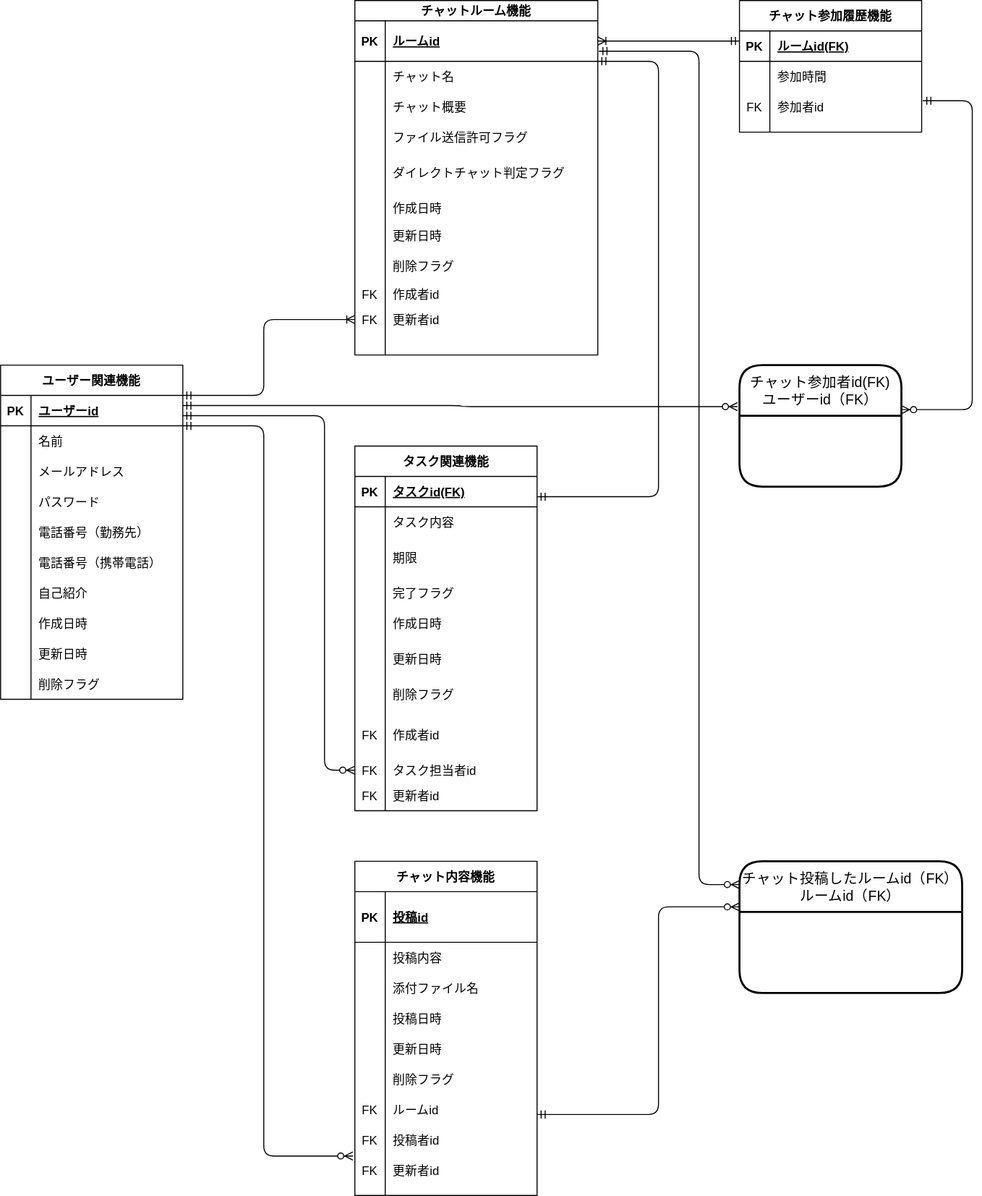
Above: db/db-challenge1/ERDiagram.drawio.svg in giyana/codegym-db (draw.io), before the change. Source tidied: cells renumbered, new cells last; positions are measured from the earlier drawing's top-left corner, leaving out a move shared by most shapes.
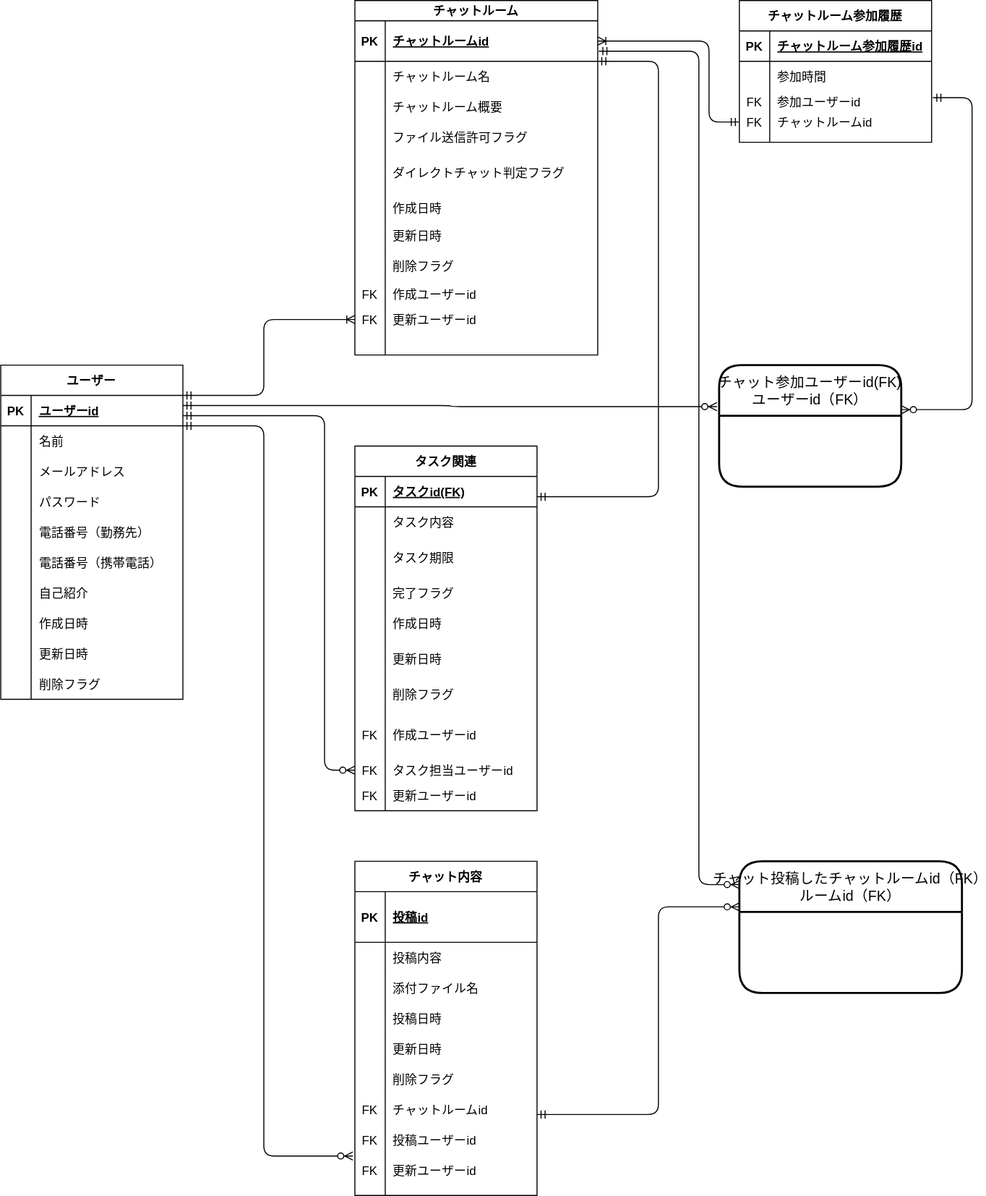
After the commit.

Commit message:
[fix]表記ゆれ修正

Change to the diagram source:
```diff
@@ -2,7 +2,7 @@
   <root>
     <mxCell id="0" />
     <mxCell id="1" parent="0" />
-    <mxCell id="2" value="ユーザー関連機能" style="shape=table;startSize=30;rowLines=0;fontStyle=1;align=center;rounded=0;sketch=0;" parent="1" vertex="1">
+    <mxCell id="2" value="ユーザー" style="shape=table;startSize=30;rowLines=0;fontStyle=1;align=center;rounded=0;sketch=0;" parent="1" vertex="1">
       <mxGeometry y="360" width="180" height="330" as="geometry" />
     </mxCell>
     <mxCell id="3" style="shape=partialRectangle;fillColor=none;top=0;left=0;bottom=1;right=0;" parent="2" vertex="1">
@@ -95,7 +95,7 @@
     <mxCell id="32" value="削除フラグ" style="shape=partialRectangle;fillColor=none;top=0;left=0;bottom=0;right=0;align=left;spacingLeft=6;overflow=hidden;" parent="30" vertex="1">
       <mxGeometry x="30" width="150" height="30" as="geometry" />
     </mxCell>
-    <mxCell id="33" value="チャット内容機能" style="shape=table;startSize=30;rowLines=0;fontStyle=1;align=center;rounded=0;sketch=0;" parent="1" vertex="1">
+    <mxCell id="33" value="チャット内容" style="shape=table;startSize=30;rowLines=0;fontStyle=1;align=center;rounded=0;sketch=0;" parent="1" vertex="1">
       <mxGeometry x="350" y="850" width="180" height="330" as="geometry" />
     </mxCell>
     <mxCell id="34" style="shape=partialRectangle;fillColor=none;top=0;left=0;bottom=1;right=0;" parent="33" vertex="1">
@@ -158,7 +158,7 @@
     <mxCell id="53" value="FK" style="shape=partialRectangle;fillColor=none;top=0;left=0;bottom=0;right=0;fontStyle=0;overflow=hidden;" parent="52" vertex="1">
       <mxGeometry width="30" height="30" as="geometry" />
     </mxCell>
-    <mxCell id="54" value="ルームid" style="shape=partialRectangle;fillColor=none;top=0;left=0;bottom=0;right=0;align=left;spacingLeft=6;fontStyle=0;overflow=hidden;" parent="52" vertex="1">
+    <mxCell id="54" value="チャットルームid" style="shape=partialRectangle;fillColor=none;top=0;left=0;bottom=0;right=0;align=left;spacingLeft=6;fontStyle=0;overflow=hidden;" parent="52" vertex="1">
       <mxGeometry x="30" width="150" height="30" as="geometry" />
     </mxCell>
     <mxCell id="55" style="shape=partialRectangle;fillColor=none;top=0;left=0;bottom=0;right=0;points=[[0,0.5],[1,0.5]];portConstraint=eastwest;" parent="33" vertex="1">
@@ -167,7 +167,7 @@
     <mxCell id="56" value="FK" style="shape=partialRectangle;fillColor=none;top=0;left=0;bottom=0;right=0;overflow=hidden;" parent="55" vertex="1">
       <mxGeometry width="30" height="30" as="geometry" />
     </mxCell>
-    <mxCell id="57" value="投稿者id" style="shape=partialRectangle;fillColor=none;top=0;left=0;bottom=0;right=0;align=left;spacingLeft=6;overflow=hidden;" parent="55" vertex="1">
+    <mxCell id="57" value="投稿ユーザーid" style="shape=partialRectangle;fillColor=none;top=0;left=0;bottom=0;right=0;align=left;spacingLeft=6;overflow=hidden;" parent="55" vertex="1">
       <mxGeometry x="30" width="150" height="30" as="geometry" />
     </mxCell>
     <mxCell id="58" style="shape=partialRectangle;fillColor=none;top=0;left=0;bottom=0;right=0;rounded=0;sketch=0;" parent="33" vertex="1">
@@ -176,10 +176,10 @@
     <mxCell id="59" value="FK" style="shape=partialRectangle;fillColor=none;top=0;left=0;bottom=0;right=0;overflow=hidden;" parent="58" vertex="1">
       <mxGeometry width="30" height="30" as="geometry" />
     </mxCell>
-    <mxCell id="60" value="更新者id" style="shape=partialRectangle;fillColor=none;top=0;left=0;bottom=0;right=0;align=left;spacingLeft=6;overflow=hidden;" parent="58" vertex="1">
+    <mxCell id="60" value="更新ユーザーid" style="shape=partialRectangle;fillColor=none;top=0;left=0;bottom=0;right=0;align=left;spacingLeft=6;overflow=hidden;" parent="58" vertex="1">
       <mxGeometry x="30" width="150" height="30" as="geometry" />
     </mxCell>
-    <mxCell id="61" value="タスク関連機能" style="shape=table;startSize=30;rowLines=0;fontStyle=1;align=center;rounded=0;sketch=0;" parent="1" vertex="1">
+    <mxCell id="61" value="タスク関連" style="shape=table;startSize=30;rowLines=0;fontStyle=1;align=center;rounded=0;sketch=0;" parent="1" vertex="1">
       <mxGeometry x="350" y="440" width="180" height="360" as="geometry" />
     </mxCell>
     <mxCell id="62" style="shape=partialRectangle;fillColor=none;top=0;left=0;bottom=1;right=0;" parent="61" vertex="1">
@@ -206,7 +206,7 @@
     <mxCell id="69" style="shape=partialRectangle;fillColor=none;top=0;left=0;bottom=0;right=0;overflow=hidden;" parent="68" vertex="1">
       <mxGeometry width="30" height="40" as="geometry" />
     </mxCell>
-    <mxCell id="70" value="期限" style="shape=partialRectangle;fillColor=none;top=0;left=0;bottom=0;right=0;align=left;spacingLeft=6;overflow=hidden;" parent="68" vertex="1">
+    <mxCell id="70" value="タスク期限" style="shape=partialRectangle;fillColor=none;top=0;left=0;bottom=0;right=0;align=left;spacingLeft=6;overflow=hidden;" parent="68" vertex="1">
       <mxGeometry x="30" width="150" height="40" as="geometry" />
     </mxCell>
     <mxCell id="71" style="shape=partialRectangle;fillColor=none;top=0;left=0;bottom=0;right=0;rounded=0;sketch=0;" parent="61" vertex="1">
@@ -251,7 +251,7 @@
     <mxCell id="84" value="FK" style="shape=partialRectangle;fillColor=none;top=0;left=0;bottom=0;right=0;overflow=hidden;" parent="83" vertex="1">
       <mxGeometry width="30" height="50" as="geometry" />
     </mxCell>
-    <mxCell id="85" value="作成者id" style="shape=partialRectangle;fillColor=none;top=0;left=0;bottom=0;right=0;align=left;spacingLeft=6;overflow=hidden;" parent="83" vertex="1">
+    <mxCell id="85" value="作成ユーザーid" style="shape=partialRectangle;fillColor=none;top=0;left=0;bottom=0;right=0;align=left;spacingLeft=6;overflow=hidden;" parent="83" vertex="1">
       <mxGeometry x="30" width="150" height="50" as="geometry" />
     </mxCell>
     <mxCell id="86" style="shape=partialRectangle;fillColor=none;top=0;left=0;bottom=0;right=0;points=[[0,0.5],[1,0.5]];portConstraint=eastwest;" parent="61" vertex="1">
@@ -260,7 +260,7 @@
     <mxCell id="87" value="FK" style="shape=partialRectangle;fillColor=none;top=0;left=0;bottom=0;right=0;overflow=hidden;" parent="86" vertex="1">
       <mxGeometry width="30" height="20" as="geometry" />
     </mxCell>
-    <mxCell id="88" value="タスク担当者id" style="shape=partialRectangle;fillColor=none;top=0;left=0;bottom=0;right=0;align=left;spacingLeft=6;overflow=hidden;" parent="86" vertex="1">
+    <mxCell id="88" value="タスク担当ユーザーid" style="shape=partialRectangle;fillColor=none;top=0;left=0;bottom=0;right=0;align=left;spacingLeft=6;overflow=hidden;" parent="86" vertex="1">
       <mxGeometry x="30" width="150" height="20" as="geometry" />
     </mxCell>
     <mxCell id="89" style="shape=partialRectangle;fillColor=none;top=0;left=0;bottom=0;right=0;rounded=0;sketch=0;" parent="61" vertex="1">
@@ -269,10 +269,10 @@
     <mxCell id="90" value="FK" style="shape=partialRectangle;fillColor=none;top=0;left=0;bottom=0;right=0;overflow=hidden;" parent="89" vertex="1">
       <mxGeometry width="30" height="30" as="geometry" />
     </mxCell>
-    <mxCell id="91" value="更新者id" style="shape=partialRectangle;fillColor=none;top=0;left=0;bottom=0;right=0;align=left;spacingLeft=6;overflow=hidden;" parent="89" vertex="1">
+    <mxCell id="91" value="更新ユーザーid" style="shape=partialRectangle;fillColor=none;top=0;left=0;bottom=0;right=0;align=left;spacingLeft=6;overflow=hidden;" parent="89" vertex="1">
       <mxGeometry x="30" width="150" height="30" as="geometry" />
     </mxCell>
-    <mxCell id="92" value="チャットルーム機能" style="shape=table;startSize=20;rowLines=0;fontStyle=1;align=center;rounded=0;sketch=0;" parent="1" vertex="1">
+    <mxCell id="92" value="チャットルーム" style="shape=table;startSize=20;rowLines=0;fontStyle=1;align=center;rounded=0;sketch=0;" parent="1" vertex="1">
       <mxGeometry x="350" width="240" height="350" as="geometry" />
     </mxCell>
     <mxCell id="93" style="shape=partialRectangle;fillColor=none;top=0;left=0;bottom=1;right=0;points=[[0,0.5],[1,0.5]];portConstraint=eastwest;" parent="92" vertex="1">
@@ -281,7 +281,7 @@
     <mxCell id="94" value="PK" style="shape=partialRectangle;fillColor=none;top=0;left=0;bottom=0;right=0;fontStyle=1;overflow=hidden;" parent="93" vertex="1">
       <mxGeometry width="30" height="40" as="geometry" />
     </mxCell>
-    <mxCell id="95" value="ルームid" style="shape=partialRectangle;fillColor=none;top=0;left=0;bottom=0;right=0;align=left;spacingLeft=6;fontStyle=5;overflow=hidden;" parent="93" vertex="1">
+    <mxCell id="95" value="チャットルームid" style="shape=partialRectangle;fillColor=none;top=0;left=0;bottom=0;right=0;align=left;spacingLeft=6;fontStyle=5;overflow=hidden;" parent="93" vertex="1">
       <mxGeometry x="30" width="210" height="40" as="geometry" />
     </mxCell>
     <mxCell id="96" style="shape=partialRectangle;fillColor=none;top=0;left=0;bottom=0;right=0;" parent="92" vertex="1">
@@ -290,7 +290,7 @@
     <mxCell id="97" style="shape=partialRectangle;fillColor=none;top=0;left=0;bottom=0;right=0;overflow=hidden;" parent="96" vertex="1">
       <mxGeometry width="30" height="30" as="geometry" />
     </mxCell>
-    <mxCell id="98" value="チャット名" style="shape=partialRectangle;fillColor=none;top=0;left=0;bottom=0;right=0;align=left;spacingLeft=6;overflow=hidden;" parent="96" vertex="1">
+    <mxCell id="98" value="チャットルーム名" style="shape=partialRectangle;fillColor=none;top=0;left=0;bottom=0;right=0;align=left;spacingLeft=6;overflow=hidden;" parent="96" vertex="1">
       <mxGeometry x="30" width="210" height="30" as="geometry" />
     </mxCell>
     <mxCell id="99" style="shape=partialRectangle;fillColor=none;top=0;left=0;bottom=0;right=0;" parent="92" vertex="1">
@@ -299,7 +299,7 @@
     <mxCell id="100" style="shape=partialRectangle;fillColor=none;top=0;left=0;bottom=0;right=0;overflow=hidden;" parent="99" vertex="1">
       <mxGeometry width="30" height="30" as="geometry" />
     </mxCell>
-    <mxCell id="101" value="チャット概要" style="shape=partialRectangle;fillColor=none;top=0;left=0;bottom=0;right=0;align=left;spacingLeft=6;overflow=hidden;" parent="99" vertex="1">
+    <mxCell id="101" value="チャットルーム概要" style="shape=partialRectangle;fillColor=none;top=0;left=0;bottom=0;right=0;align=left;spacingLeft=6;overflow=hidden;" parent="99" vertex="1">
       <mxGeometry x="30" width="210" height="30" as="geometry" />
     </mxCell>
     <mxCell id="102" style="shape=partialRectangle;fillColor=none;top=0;left=0;bottom=0;right=0;rounded=0;sketch=0;" parent="92" vertex="1">
@@ -353,7 +353,7 @@
     <mxCell id="118" value="FK" style="shape=partialRectangle;fillColor=none;top=0;left=0;bottom=0;right=0;overflow=hidden;" parent="117" vertex="1">
       <mxGeometry width="30" height="20" as="geometry" />
     </mxCell>
-    <mxCell id="119" value="作成者id" style="shape=partialRectangle;fillColor=none;top=0;left=0;bottom=0;right=0;align=left;spacingLeft=6;overflow=hidden;" parent="117" vertex="1">
+    <mxCell id="119" value="作成ユーザーid" style="shape=partialRectangle;fillColor=none;top=0;left=0;bottom=0;right=0;align=left;spacingLeft=6;overflow=hidden;" parent="117" vertex="1">
       <mxGeometry x="30" width="210" height="20" as="geometry" />
     </mxCell>
     <mxCell id="120" style="shape=partialRectangle;fillColor=none;top=0;left=0;bottom=0;right=0;points=[[0,0.5],[1,0.5]];portConstraint=eastwest;" parent="92" vertex="1">
@@ -362,39 +362,48 @@
     <mxCell id="121" value="FK" style="shape=partialRectangle;fillColor=none;top=0;left=0;bottom=0;right=0;overflow=hidden;" parent="120" vertex="1">
       <mxGeometry width="30" height="30" as="geometry" />
     </mxCell>
-    <mxCell id="122" value="更新者id" style="shape=partialRectangle;fillColor=none;top=0;left=0;bottom=0;right=0;align=left;spacingLeft=6;overflow=hidden;" parent="120" vertex="1">
+    <mxCell id="122" value="更新ユーザーid" style="shape=partialRectangle;fillColor=none;top=0;left=0;bottom=0;right=0;align=left;spacingLeft=6;overflow=hidden;" parent="120" vertex="1">
       <mxGeometry x="30" width="210" height="30" as="geometry" />
     </mxCell>
-    <mxCell id="123" value="チャット参加履歴機能" style="shape=table;startSize=30;rowLines=0;fontStyle=1;align=center;" parent="1" vertex="1">
-      <mxGeometry x="730" width="180" height="130" as="geometry" />
+    <mxCell id="123" value="チャットルーム参加履歴" style="shape=table;startSize=30;rowLines=0;fontStyle=1;align=center;" parent="1" vertex="1">
+      <mxGeometry x="730" width="190" height="140" as="geometry" />
     </mxCell>
     <mxCell id="124" style="shape=partialRectangle;fillColor=none;top=0;left=0;bottom=1;right=0;" parent="123" vertex="1">
-      <mxGeometry y="30" width="180" height="30" as="geometry" />
+      <mxGeometry y="30" width="190" height="30" as="geometry" />
     </mxCell>
     <mxCell id="125" value="PK" style="shape=partialRectangle;fillColor=none;top=0;left=0;bottom=0;right=0;fontStyle=1;overflow=hidden;" parent="124" vertex="1">
       <mxGeometry width="30" height="30" as="geometry" />
     </mxCell>
-    <mxCell id="126" value="ルームid(FK)" style="shape=partialRectangle;fillColor=none;top=0;left=0;bottom=0;right=0;align=left;spacingLeft=6;fontStyle=5;overflow=hidden;" parent="124" vertex="1">
-      <mxGeometry x="30" width="150" height="30" as="geometry" />
+    <mxCell id="126" value="チャットルーム参加履歴id" style="shape=partialRectangle;fillColor=none;top=0;left=0;bottom=0;right=0;align=left;spacingLeft=6;fontStyle=5;overflow=hidden;" parent="124" vertex="1">
+      <mxGeometry x="30" width="160" height="30" as="geometry" />
     </mxCell>
     <mxCell id="127" style="shape=partialRectangle;fillColor=none;top=0;left=0;bottom=0;right=0;" parent="123" vertex="1">
-      <mxGeometry y="60" width="180" height="30" as="geometry" />
+      <mxGeometry y="60" width="190" height="30" as="geometry" />
     </mxCell>
     <mxCell id="128" style="shape=partialRectangle;fillColor=none;top=0;left=0;bottom=0;right=0;overflow=hidden;" parent="127" vertex="1">
       <mxGeometry width="30" height="30" as="geometry" />
     </mxCell>
     <mxCell id="129" value="参加時間" style="shape=partialRectangle;fillColor=none;top=0;left=0;bottom=0;right=0;align=left;spacingLeft=6;overflow=hidden;" parent="127" vertex="1">
-      <mxGeometry x="30" width="150" height="30" as="geometry" />
+      <mxGeometry x="30" width="160" height="30" as="geometry" />
     </mxCell>
     <mxCell id="130" style="shape=partialRectangle;fillColor=none;top=0;left=0;bottom=0;right=0;points=[[0,0.5],[1,0.5]];portConstraint=eastwest;" parent="123" vertex="1">
-      <mxGeometry y="90" width="180" height="30" as="geometry" />
+      <mxGeometry y="90" width="190" height="20" as="geometry" />
     </mxCell>
     <mxCell id="131" value="FK" style="shape=partialRectangle;fillColor=none;top=0;left=0;bottom=0;right=0;overflow=hidden;" parent="130" vertex="1">
-      <mxGeometry width="30" height="30" as="geometry" />
+      <mxGeometry width="30" height="20" as="geometry" />
     </mxCell>
-    <mxCell id="132" value="参加者id" style="shape=partialRectangle;fillColor=none;top=0;left=0;bottom=0;right=0;align=left;spacingLeft=6;overflow=hidden;" parent="130" vertex="1">
-      <mxGeometry x="30" width="150" height="30" as="geometry" />
+    <mxCell id="132" value="参加ユーザーid" style="shape=partialRectangle;fillColor=none;top=0;left=0;bottom=0;right=0;align=left;spacingLeft=6;overflow=hidden;" parent="130" vertex="1">
+      <mxGeometry x="30" width="160" height="20" as="geometry" />
     </mxCell>
+    <mxCell id="144" style="shape=partialRectangle;fillColor=none;top=0;left=0;bottom=0;right=0;points=[[0,0.5],[1,0.5]];portConstraint=eastwest;" parent="123" vertex="1">
+      <mxGeometry y="110" width="190" height="20" as="geometry" />
+    </mxCell>
+    <mxCell id="145" value="FK" style="shape=partialRectangle;fillColor=none;top=0;left=0;bottom=0;right=0;overflow=hidden;" parent="144" vertex="1">
+      <mxGeometry width="30" height="20" as="geometry" />
+    </mxCell>
+    <mxCell id="146" value="チャットルームid" style="shape=partialRectangle;fillColor=none;top=0;left=0;bottom=0;right=0;align=left;spacingLeft=6;overflow=hidden;" parent="144" vertex="1">
+      <mxGeometry x="30" width="160" height="20" as="geometry" />
+    </mxCell>
     <mxCell id="133" style="edgeStyle=orthogonalEdgeStyle;fontSize=12;html=1;endArrow=ERzeroToMany;startArrow=ERmandOne;entryX=0;entryY=0.5;entryDx=0;entryDy=0;" parent="1" edge="1" target="86">
       <mxGeometry relative="1" as="geometry">
         <mxPoint x="180" y="410" as="sourcePoint" />
@@ -432,13 +441,16 @@
         </Array>
       </mxGeometry>
     </mxCell>
-    <mxCell id="137" style="edgeStyle=orthogonalEdgeStyle;fontSize=12;html=1;endArrow=ERoneToMany;startArrow=ERmandOne;entryX=1;entryY=0.5;entryDx=0;entryDy=0;" parent="1" edge="1" target="93">
+    <mxCell id="137" style="edgeStyle=orthogonalEdgeStyle;fontSize=12;html=1;endArrow=ERoneToMany;startArrow=ERmandOne;entryX=1;entryY=0.5;entryDx=0;entryDy=0;exitX=0;exitY=0.5;exitDx=0;exitDy=0;" parent="1" edge="1" source="144" target="93">
       <mxGeometry relative="1" as="geometry">
-        <mxPoint x="730" y="40" as="sourcePoint" />
+        <Array as="points">
+          <mxPoint x="700" y="120" />
+          <mxPoint x="700" y="40" />
+        </Array>
       </mxGeometry>
     </mxCell>
-    <mxCell id="138" value="チャット参加者id(FK)&#10;ユーザーid（FK）" style="swimlane;horizontal=1;startSize=50;rounded=1;fontSize=14;fontStyle=0;strokeWidth=2;shadow=0;dashed=0;align=center;" parent="1" vertex="1">
-      <mxGeometry x="730" y="360" width="160" height="120" as="geometry" />
+    <mxCell id="138" value="チャット参加ユーザーid(FK)&#10;ユーザーid（FK）" style="swimlane;horizontal=1;startSize=50;rounded=1;fontSize=14;fontStyle=0;strokeWidth=2;shadow=0;dashed=0;align=center;" parent="1" vertex="1">
+      <mxGeometry x="710" y="360" width="180" height="120" as="geometry" />
     </mxCell>
     <mxCell id="139" style="edgeStyle=orthogonalEdgeStyle;fontSize=12;html=1;endArrow=ERzeroToMany;startArrow=ERmandOne;entryX=-0.012;entryY=0.342;entryDx=0;entryDy=0;entryPerimeter=0;" parent="1" edge="1" target="138">
       <mxGeometry relative="1" as="geometry">
@@ -449,12 +461,12 @@
       <mxGeometry relative="1" as="geometry">
         <mxPoint x="890" y="404" as="targetPoint" />
         <Array as="points">
-          <mxPoint x="960" y="99" />
+          <mxPoint x="960" y="96" />
           <mxPoint x="960" y="404" />
         </Array>
       </mxGeometry>
     </mxCell>
-    <mxCell id="141" value="チャット投稿したルームid（FK）&#10;ルームid（FK）" style="swimlane;horizontal=1;startSize=50;rounded=1;fontSize=14;fontStyle=0;strokeWidth=2;shadow=0;dashed=0;align=center;" parent="1" vertex="1">
+    <mxCell id="141" value="チャット投稿したチャットルームid（FK）&#10;ルームid（FK）" style="swimlane;horizontal=1;startSize=50;rounded=1;fontSize=14;fontStyle=0;strokeWidth=2;shadow=0;dashed=0;align=center;" parent="1" vertex="1">
       <mxGeometry x="730" y="850" width="220" height="130" as="geometry" />
     </mxCell>
     <mxCell id="142" style="edgeStyle=orthogonalEdgeStyle;fontSize=12;html=1;endArrow=ERzeroToMany;startArrow=ERmandOne;exitX=1.006;exitY=0.3;exitDx=0;exitDy=0;exitPerimeter=0;" parent="1" edge="1">
```
